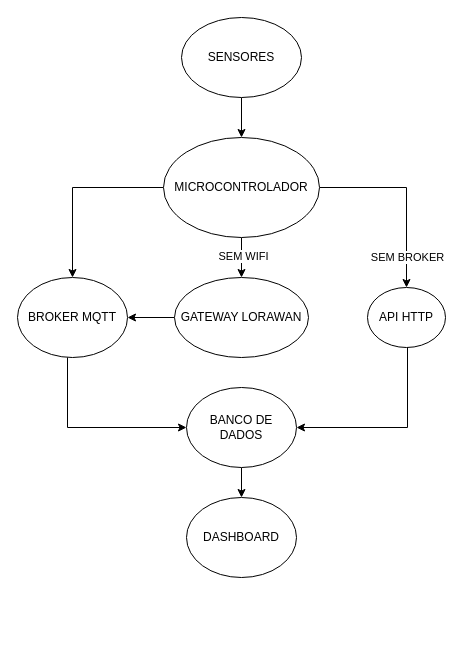
Above: Fluxograma_projeto.drawio in Specht1000/TCC (draw.io), before the change. Source tidied: cells renumbered, new cells numbered last; positions are measured from the earlier drawing's top-left corner, leaving out a move shared by most shapes. Both pictures are drawn from the tidied source at 100%, with x=0, y=0 at pixel (17, 17).
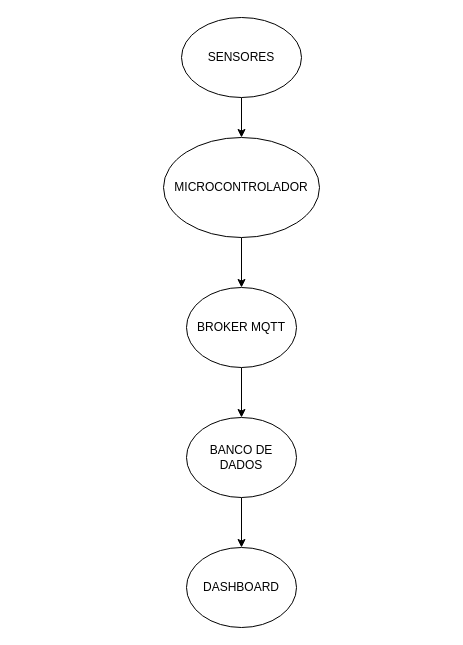
The same diagram, later.

The change refers to these unchanged cells:
```xml
<mxCell id="9" value="MICROCONTROLADOR" style="ellipse;whiteSpace=wrap;html=1;" parent="1" vertex="1">
  <mxGeometry x="146" y="120" width="156" height="100" as="geometry" />
</mxCell>
```

What changed in the source:
```diff
@@
-    <mxCell id="4" style="edgeStyle=orthogonalEdgeStyle;rounded=0;jettySize=auto;html=1;" parent="1" edge="1" source="9" target="11">
-      <mxGeometry relative="1" as="geometry" />
-    </mxCell>
-    <mxCell id="5" value="SEM WIFI" style="edgeLabel;html=1;align=center;verticalAlign=middle;" parent="4" vertex="1">
-      <mxGeometry x="-0.11" y="1" relative="1" as="geometry" />
-    </mxCell>
@@
-    <mxCell id="7" style="edgeStyle=orthogonalEdgeStyle;rounded=0;jettySize=auto;html=1;" parent="1" edge="1" source="9" target="15">
-      <mxGeometry relative="1" as="geometry" />
-    </mxCell>
-    <mxCell id="8" value="SEM BROKER" style="edgeLabel;html=1;align=center;verticalAlign=middle;" parent="7" vertex="1">
-      <mxGeometry x="0.64" y="2" relative="1" as="geometry">
-        <mxPoint x="-2" y="3" as="offset" />
-      </mxGeometry>
-    </mxCell>
@@
-    <mxCell id="10" style="edgeStyle=orthogonalEdgeStyle;rounded=0;jettySize=auto;html=1;" parent="1" edge="1" source="11" target="13">
-      <mxGeometry relative="1" as="geometry" />
-    </mxCell>
-    <mxCell id="11" value="GATEWAY LORAWAN" style="ellipse;whiteSpace=wrap;html=1;" parent="1" vertex="1">
-      <mxGeometry x="157" y="260" width="134" height="80" as="geometry" />
-    </mxCell>
-    <mxCell id="12" style="edgeStyle=orthogonalEdgeStyle;rounded=0;jettySize=auto;html=1;" parent="1" edge="1" source="13" target="17">
-      <mxGeometry relative="1" as="geometry">
-        <Array as="points">
-          <mxPoint x="50" y="410" />
-        </Array>
-      </mxGeometry>
+    <mxCell id="12" style="edgeStyle=none;html=1;entryX=0.5;entryY=0;entryDx=0;entryDy=0;" parent="1" edge="1" source="13" target="17">
+      <mxGeometry relative="1" as="geometry" />
     </mxCell>
     <mxCell id="13" value="BROKER MQTT" style="ellipse;whiteSpace=wrap;html=1;" parent="1" vertex="1">
-      <mxGeometry y="260" width="110" height="80" as="geometry" />
+      <mxGeometry x="169" y="270" width="110" height="80" as="geometry" />
     </mxCell>
-    <mxCell id="14" style="edgeStyle=orthogonalEdgeStyle;rounded=0;jettySize=auto;html=1;entryX=1;entryY=0.5;entryDx=0;entryDy=0;" parent="1" edge="1" source="15" target="17">
-      <mxGeometry relative="1" as="geometry">
-        <Array as="points">
-          <mxPoint x="390" y="410" />
-        </Array>
-      </mxGeometry>
-    </mxCell>
-    <mxCell id="15" value="API HTTP" style="ellipse;whiteSpace=wrap;html=1;" parent="1" vertex="1">
-      <mxGeometry x="350" y="270" width="78" height="60" as="geometry" />
-    </mxCell>
@@
     <mxCell id="17" value="BANCO DE DADOS" style="ellipse;whiteSpace=wrap;html=1;" parent="1" vertex="1">
-      <mxGeometry x="169" y="370" width="110" height="80" as="geometry" />
+      <mxGeometry x="169" y="400" width="110" height="80" as="geometry" />
     </mxCell>
     <mxCell id="18" value="DASHBOARD" style="ellipse;whiteSpace=wrap;html=1;" parent="1" vertex="1">
-      <mxGeometry x="169" y="480" width="110" height="80" as="geometry" />
+      <mxGeometry x="169" y="530" width="110" height="80" as="geometry" />
     </mxCell>
```
